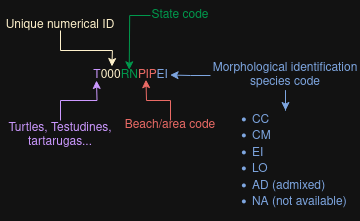
Before: assets/new_ids.png, a diagram exported from draw.io (lbem-lab/cheloniidae). Source tidied: cells renumbered, new cells last; positions are measured from the earlier drawing's top-left corner, leaving out a move shared by most shapes.
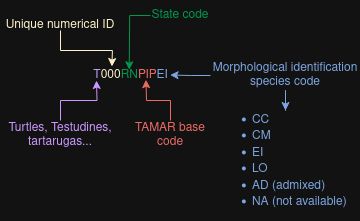
The same file after the commit.

Commit message:
Fixed the IDs diagram

Diff of the diagram source:
```diff
@@ -34,8 +34,8 @@
         <mxPoint x="145.5" y="79.2" as="targetPoint" />
       </mxGeometry>
     </mxCell>
-    <mxCell id="10" value="&lt;span style=&quot;color: light-dark(rgb(0, 0, 0), rgb(234, 107, 102));&quot;&gt;Beach/area code&lt;/span&gt;" style="text;html=1;align=center;verticalAlign=middle;whiteSpace=wrap;rounded=0;" parent="1" vertex="1">
-      <mxGeometry x="120" y="120" width="100" height="10" as="geometry" />
+    <mxCell id="10" value="TAMAR base code" style="text;html=1;align=center;verticalAlign=middle;whiteSpace=wrap;rounded=0;fontColor=light-dark(#000000,#EA6B66);" parent="1" vertex="1">
+      <mxGeometry x="120" y="120" width="100" height="30" as="geometry" />
     </mxCell>
     <mxCell id="11" style="edgeStyle=orthogonalEdgeStyle;rounded=0;jettySize=auto;html=1;strokeColor=light-dark(#000000,#7EA6E0);" parent="1" edge="1" source="13">
       <mxGeometry relative="1" as="geometry">
```
